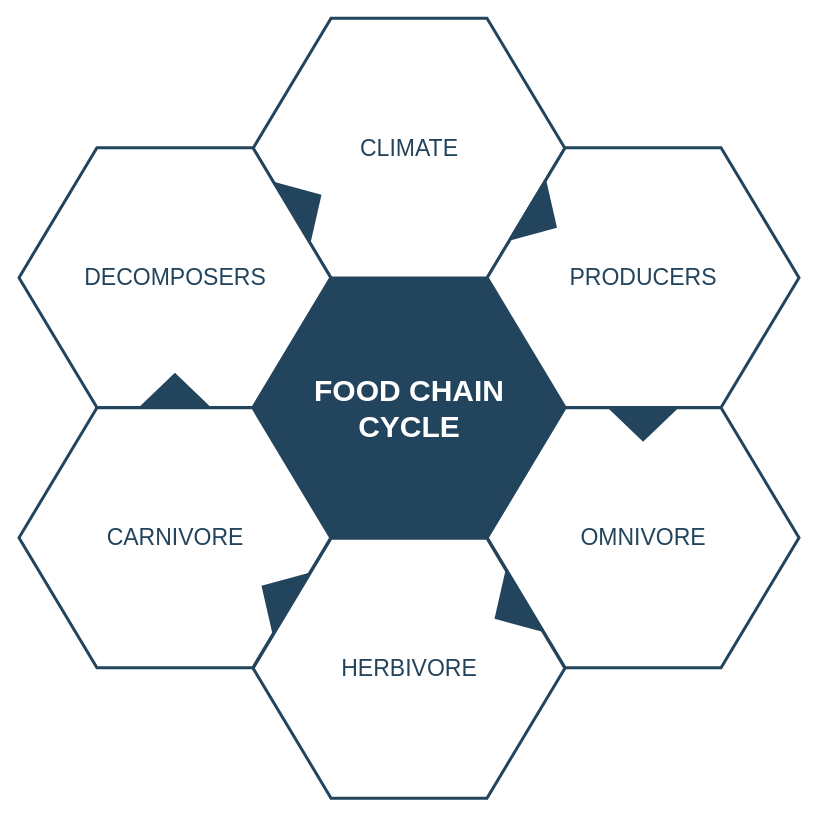
Earlier version of the draw.io diagram 未命名绘图.drawio (hongwueryi/opencv). Source tidied: cells renumbered, new cells numbered last; positions are measured from the earlier drawing's top-left corner, leaving out a move shared by most shapes. Both pictures are drawn from the tidied source at 100%, with x=0, y=0 at pixel (18, 18).
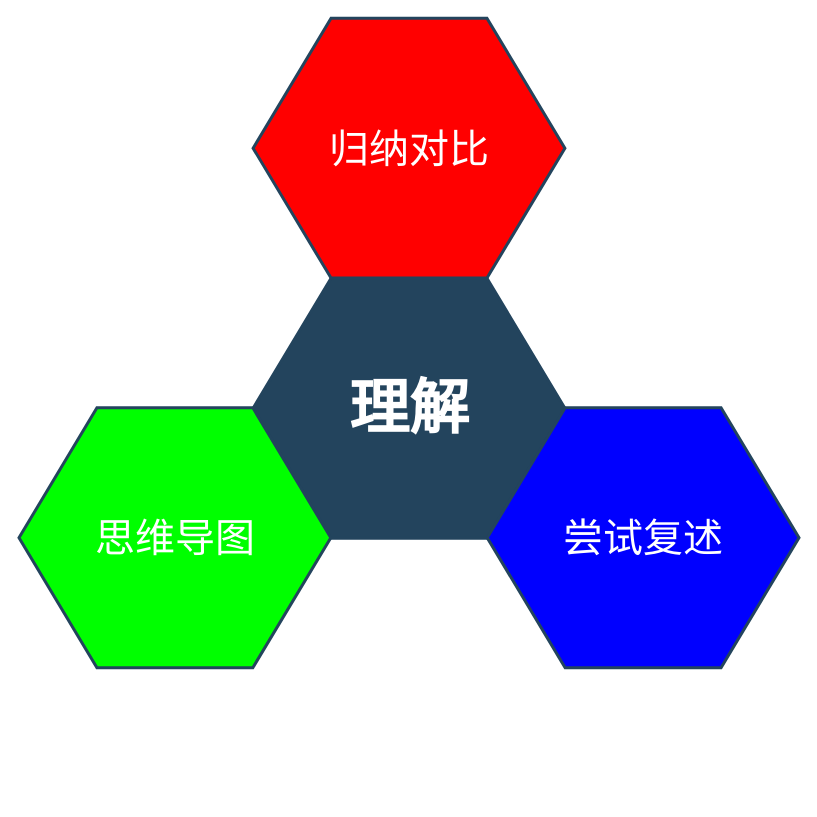
The same page after the edit.

Commit message:
更新未命名绘图.drawio

Change to the diagram source:
```diff
@@
 <mxGraphModel>
   <root>
     <mxCell id="0" />
     <mxCell id="1" parent="0" />
-    <mxCell id="2" value="&lt;font style=&quot;font-size: 30px&quot; color=&quot;#ffffff&quot;&gt;&lt;b&gt;&lt;span&gt;FOOD CHAIN&lt;/span&gt;&lt;br&gt;&lt;span&gt;CYCLE&lt;/span&gt;&lt;/b&gt;&lt;/font&gt;&lt;br&gt;" style="shape=hexagon;perimeter=hexagonPerimeter2;whiteSpace=wrap;html=1;shadow=0;labelBackgroundColor=none;strokeColor=#23445D;fillColor=#23445D;gradientColor=none;fontFamily=Helvetica;fontSize=23;fontColor=#23445d;align=center;strokeWidth=3;" parent="1" vertex="1">
+    <mxCell id="2" value="&lt;font size=&quot;1&quot; color=&quot;#ffffff&quot;&gt;&lt;b style=&quot;font-size: 60px;&quot;&gt;理解&lt;/b&gt;&lt;/font&gt;" style="shape=hexagon;perimeter=hexagonPerimeter2;whiteSpace=wrap;html=1;shadow=0;labelBackgroundColor=none;strokeColor=#23445D;fillColor=#23445D;gradientColor=none;fontFamily=Helvetica;fontSize=23;fontColor=#23445d;align=center;strokeWidth=3;" parent="1" vertex="1">
       <mxGeometry x="234.6" y="259.8" width="311.8" height="259.9" as="geometry" />
     </mxCell>
     <mxCell id="3" style="triangle;whiteSpace=wrap;html=1;shadow=0;labelBackgroundColor=none;strokeColor=none;fillColor=#FFFFFF;fontFamily=Helvetica;fontSize=17;fontColor=#23445d;align=center;rotation=90;gradientColor=none;flipV=1;flipH=1;opacity=20;" parent="1" vertex="1">
       <mxGeometry x="115.5" y="277.7" width="72" height="152" as="geometry" />
     </mxCell>
-    <mxCell id="4" value="&lt;font style=&quot;font-size: 23px&quot;&gt;CLIMATE&lt;/font&gt;" style="shape=hexagon;perimeter=hexagonPerimeter2;whiteSpace=wrap;html=1;shadow=0;labelBackgroundColor=none;strokeColor=#23445D;fillColor=#ffffff;gradientColor=none;fontFamily=Helvetica;fontSize=23;fontColor=#23445D;align=center;strokeWidth=3;" parent="1" vertex="1">
+    <mxCell id="4" value="&lt;font color=&quot;#ffffff&quot; style=&quot;font-size: 40px;&quot;&gt;归纳对比&lt;/font&gt;" style="shape=hexagon;perimeter=hexagonPerimeter2;whiteSpace=wrap;html=1;shadow=0;labelBackgroundColor=none;strokeColor=#23445D;fillColor=#FF0000;gradientColor=none;fontFamily=Helvetica;fontSize=23;fontColor=#23445D;align=center;strokeWidth=3;" parent="1" vertex="1">
       <mxGeometry x="234.6" y="-0.3" width="311.8" height="259.9" as="geometry" />
     </mxCell>
-    <mxCell id="5" value="&lt;font style=&quot;font-size: 23px&quot;&gt;PRODUCERS&lt;/font&gt;" style="shape=hexagon;perimeter=hexagonPerimeter2;whiteSpace=wrap;html=1;shadow=0;labelBackgroundColor=none;strokeColor=#23445D;fillColor=#FFFFFF;gradientColor=none;fontFamily=Helvetica;fontSize=23;fontColor=#23445d;align=center;strokeWidth=3;" parent="1" vertex="1">
-      <mxGeometry x="468.7" y="129.2" width="311.8" height="259.9" as="geometry" />
-    </mxCell>
-    <mxCell id="6" value="&lt;font style=&quot;font-size: 23px&quot;&gt;OMNIVORE&lt;/font&gt;" style="shape=hexagon;perimeter=hexagonPerimeter2;whiteSpace=wrap;html=1;shadow=0;labelBackgroundColor=none;strokeColor=#23445D;fillColor=#FFFFFF;gradientColor=none;fontFamily=Helvetica;fontSize=23;fontColor=#23445d;align=center;strokeWidth=3;" parent="1" vertex="1">
+    <mxCell id="6" value="&lt;font color=&quot;#ffffff&quot; style=&quot;font-size: 40px;&quot;&gt;尝试复述&lt;/font&gt;" style="shape=hexagon;perimeter=hexagonPerimeter2;whiteSpace=wrap;html=1;shadow=0;labelBackgroundColor=none;strokeColor=#23445D;fillColor=#0000ff;gradientColor=none;fontFamily=Helvetica;fontSize=23;fontColor=#23445d;align=center;strokeWidth=3;" parent="1" vertex="1">
       <mxGeometry x="468.7" y="389.3" width="311.8" height="259.9" as="geometry" />
     </mxCell>
-    <mxCell id="7" value="&lt;font style=&quot;font-size: 23px&quot;&gt;HERBIVORE&lt;/font&gt;" style="shape=hexagon;perimeter=hexagonPerimeter2;whiteSpace=wrap;html=1;shadow=0;labelBackgroundColor=none;strokeColor=#23445D;fillColor=#FFFFFF;gradientColor=none;fontFamily=Helvetica;fontSize=23;fontColor=#23445d;align=center;strokeWidth=3;" parent="1" vertex="1">
-      <mxGeometry x="234.6" y="519.8" width="311.8" height="259.9" as="geometry" />
-    </mxCell>
-    <mxCell id="8" value="&lt;font style=&quot;font-size: 23px&quot;&gt;CARNIVORE&lt;/font&gt;" style="shape=hexagon;perimeter=hexagonPerimeter2;whiteSpace=wrap;html=1;shadow=0;labelBackgroundColor=none;strokeColor=#23445D;fillColor=#FFFFFF;gradientColor=none;fontFamily=Helvetica;fontSize=23;fontColor=#23445d;align=center;strokeWidth=3;" parent="1" vertex="1">
+    <mxCell id="8" value="&lt;font color=&quot;#ffffff&quot; style=&quot;font-size: 40px;&quot;&gt;思维导图&lt;/font&gt;" style="shape=hexagon;perimeter=hexagonPerimeter2;whiteSpace=wrap;html=1;shadow=0;labelBackgroundColor=none;strokeColor=#23445D;fillColor=#00ff00;gradientColor=none;fontFamily=Helvetica;fontSize=23;fontColor=#23445d;align=center;strokeWidth=3;" parent="1" vertex="1">
       <mxGeometry x="0.5" y="389.3" width="311.8" height="259.9" as="geometry" />
     </mxCell>
-    <mxCell id="9" value="&lt;font style=&quot;font-size: 23px;&quot;&gt;DECOMPOSERS&lt;/font&gt;" style="shape=hexagon;perimeter=hexagonPerimeter2;whiteSpace=wrap;html=1;shadow=0;labelBackgroundColor=none;strokeColor=#23445D;fillColor=#ffffff;gradientColor=none;fontFamily=Helvetica;fontSize=23;fontColor=#23445D;align=center;strokeWidth=3;" parent="1" vertex="1">
-      <mxGeometry x="0.5" y="129.2" width="311.8" height="259.9" as="geometry" />
-    </mxCell>
-    <mxCell id="10" style="triangle;whiteSpace=wrap;html=1;shadow=0;labelBackgroundColor=none;strokeColor=none;fillColor=#23445D;fontFamily=Helvetica;fontSize=17;fontColor=#23445d;align=center;rotation=31;gradientColor=none;strokeWidth=3;" parent="1" vertex="1">
-      <mxGeometry x="506" y="163.7" width="35" height="73" as="geometry" />
-    </mxCell>
-    <mxCell id="11" style="triangle;whiteSpace=wrap;html=1;shadow=0;labelBackgroundColor=none;strokeColor=none;fillColor=#23445D;fontFamily=Helvetica;fontSize=17;fontColor=#23445d;align=center;rotation=31;gradientColor=none;flipH=1;strokeWidth=3;" parent="1" vertex="1">
-      <mxGeometry x="240.5" y="539.7" width="35" height="73" as="geometry" />
-    </mxCell>
-    <mxCell id="12" style="triangle;whiteSpace=wrap;html=1;shadow=0;labelBackgroundColor=none;strokeColor=none;fillColor=#23445D;fontFamily=Helvetica;fontSize=17;fontColor=#23445d;align=center;rotation=329;gradientColor=none;strokeWidth=3;" parent="1" vertex="1">
-      <mxGeometry x="270.5" y="148.7" width="35" height="73" as="geometry" />
-    </mxCell>
-    <mxCell id="13" style="triangle;whiteSpace=wrap;html=1;shadow=0;labelBackgroundColor=none;strokeColor=none;fillColor=#23445D;fontFamily=Helvetica;fontSize=17;fontColor=#23445d;align=center;rotation=329;gradientColor=none;flipH=1;strokeWidth=3;" parent="1" vertex="1">
-      <mxGeometry x="473.5" y="554.7" width="35" height="73" as="geometry" />
-    </mxCell>
-    <mxCell id="14" style="triangle;whiteSpace=wrap;html=1;shadow=0;labelBackgroundColor=none;strokeColor=none;fillColor=#23445D;fontFamily=Helvetica;fontSize=17;fontColor=#23445d;align=center;rotation=90;gradientColor=none;strokeWidth=3;" parent="1" vertex="1">
-      <mxGeometry x="607.1" y="369.2" width="35" height="73" as="geometry" />
-    </mxCell>
-    <mxCell id="15" style="triangle;whiteSpace=wrap;html=1;shadow=0;labelBackgroundColor=none;strokeColor=none;fillColor=#23445D;fontFamily=Helvetica;fontSize=17;fontColor=#23445d;align=center;rotation=90;gradientColor=none;flipH=1;strokeWidth=3;" parent="1" vertex="1">
-      <mxGeometry x="138.9" y="335.2" width="35" height="73" as="geometry" />
-    </mxCell>
   </root>
 </mxGraphModel>
```
